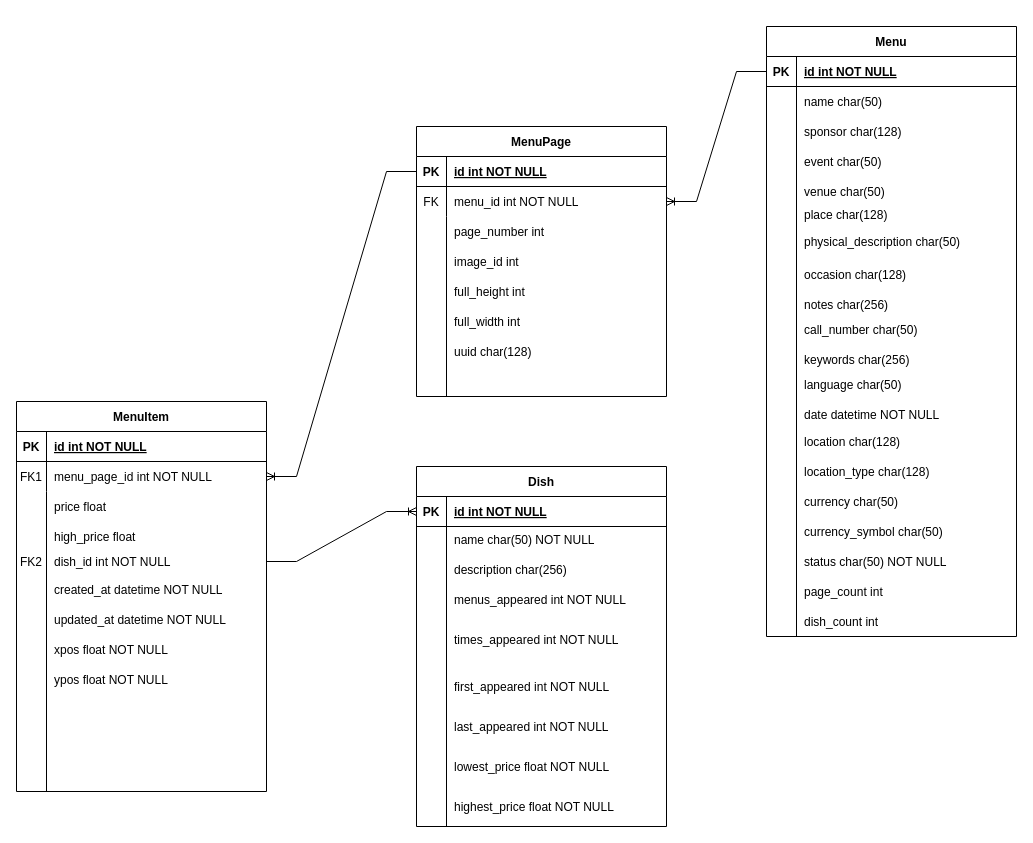
Above: nyc_menu_er.drawio in kaipak/draw.io (draw.io), before the change. Source tidied: cells renumbered, new cells numbered last; positions are measured from the earlier drawing's top-left corner, leaving out a move shared by most shapes. Both pictures are drawn from the tidied source at 100%, with x=0, y=0 at pixel (16, 26).
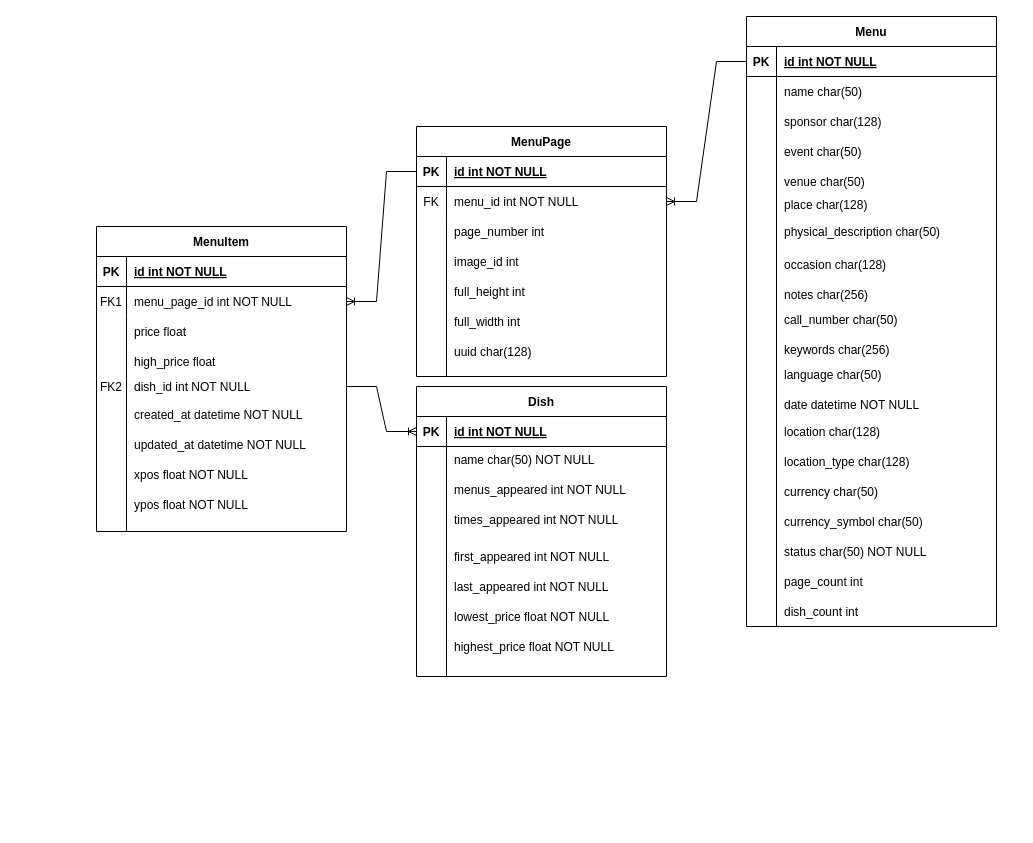
The same diagram, later.

The edit, as a diff of the source:
```diff
@@
     <mxCell id="2" value="Dish" style="shape=table;startSize=30;childLayout=tableLayout;rowLines=0;fontStyle=1;align=center;" parent="1" vertex="1">
-      <mxGeometry x="400" y="440" width="250" height="360" as="geometry" />
+      <mxGeometry x="400" y="360" width="250" height="290" as="geometry" />
     </mxCell>
@@
     <mxCell id="6" style="shape=partialRectangle;fillColor=none;top=0;left=0;right=0;bottom=0;" parent="2" vertex="1">
-      <mxGeometry y="60" width="250" height="300" as="geometry" />
+      <mxGeometry y="60" width="250" height="230" as="geometry" />
     </mxCell>
     <mxCell id="7" style="shape=partialRectangle;overflow=hidden;fillColor=none;top=0;left=0;bottom=0;right=0;" parent="6" vertex="1">
-      <mxGeometry width="30" height="300" as="geometry" />
+      <mxGeometry width="30" height="230" as="geometry" />
     </mxCell>
     <mxCell id="8" style="shape=partialRectangle;overflow=hidden;fillColor=none;top=0;left=0;bottom=0;right=0;align=left;spacingLeft=6;" parent="6" vertex="1">
-      <mxGeometry x="30" width="220" height="300" as="geometry" />
+      <mxGeometry x="30" width="220" height="230" as="geometry" />
     </mxCell>
     <mxCell id="9" value="menus_appeared int NOT NULL&#10;" style="shape=partialRectangle;overflow=hidden;fillColor=none;top=0;left=0;bottom=0;right=0;align=left;spacingLeft=6;" parent="1" vertex="1">
-      <mxGeometry x="430" y="565" width="220" height="30" as="geometry" />
+      <mxGeometry x="430" y="455" width="220" height="30" as="geometry" />
     </mxCell>
     <mxCell id="10" value="name char(50) NOT NULL&#10;" style="shape=partialRectangle;overflow=hidden;fillColor=none;top=0;left=0;bottom=0;right=0;align=left;spacingLeft=6;" parent="1" vertex="1">
-      <mxGeometry x="430" y="505" width="220" height="30" as="geometry" />
+      <mxGeometry x="430" y="425" width="220" height="30" as="geometry" />
     </mxCell>
-    <mxCell id="11" value="description char(256) &#10;" style="shape=partialRectangle;overflow=hidden;fillColor=none;top=0;left=0;bottom=0;right=0;align=left;spacingLeft=6;" parent="1" vertex="1">
-      <mxGeometry x="430" y="535" width="220" height="30" as="geometry" />
-    </mxCell>
     <mxCell id="12" value="first_appeared int NOT NULL" style="shape=partialRectangle;overflow=hidden;fillColor=none;top=0;left=0;bottom=0;right=0;align=left;spacingLeft=6;" parent="1" vertex="1">
-      <mxGeometry x="430" y="645" width="220" height="30" as="geometry" />
+      <mxGeometry x="430" y="515" width="220" height="30" as="geometry" />
     </mxCell>
     <mxCell id="13" value="times_appeared int NOT NULL&#10;" style="shape=partialRectangle;overflow=hidden;fillColor=none;top=0;left=0;bottom=0;right=0;align=left;spacingLeft=6;" parent="1" vertex="1">
-      <mxGeometry x="430" y="605" width="220" height="30" as="geometry" />
+      <mxGeometry x="430" y="485" width="220" height="30" as="geometry" />
     </mxCell>
     <mxCell id="14" value="last_appeared int NOT NULL" style="shape=partialRectangle;overflow=hidden;fillColor=none;top=0;left=0;bottom=0;right=0;align=left;spacingLeft=6;" parent="1" vertex="1">
-      <mxGeometry x="430" y="685" width="220" height="30" as="geometry" />
+      <mxGeometry x="430" y="545" width="220" height="30" as="geometry" />
     </mxCell>
     <mxCell id="15" value="lowest_price float NOT NULL" style="shape=partialRectangle;overflow=hidden;fillColor=none;top=0;left=0;bottom=0;right=0;align=left;spacingLeft=6;" parent="1" vertex="1">
-      <mxGeometry x="430" y="725" width="220" height="30" as="geometry" />
+      <mxGeometry x="430" y="575" width="220" height="30" as="geometry" />
     </mxCell>
     <mxCell id="16" value="highest_price float NOT NULL" style="shape=partialRectangle;overflow=hidden;fillColor=none;top=0;left=0;bottom=0;right=0;align=left;spacingLeft=6;" parent="1" vertex="1">
-      <mxGeometry x="430" y="765" width="220" height="30" as="geometry" />
+      <mxGeometry x="430" y="605" width="220" height="30" as="geometry" />
     </mxCell>
     <mxCell id="17" value="MenuItem" style="shape=table;startSize=30;childLayout=tableLayout;rowLines=0;fontStyle=1;align=center;" parent="1" vertex="1">
-      <mxGeometry y="375" width="250" height="390" as="geometry" />
+      <mxGeometry x="80" y="200" width="250" height="305" as="geometry" />
     </mxCell>
@@
     <mxCell id="24" style="shape=partialRectangle;fillColor=none;top=0;left=0;right=0;bottom=0;" parent="17" vertex="1">
-      <mxGeometry y="90" width="250" height="300" as="geometry" />
+      <mxGeometry y="90" width="250" height="215" as="geometry" />
     </mxCell>
     <mxCell id="25" style="shape=partialRectangle;overflow=hidden;fillColor=none;top=0;left=0;bottom=0;right=0;" parent="24" vertex="1">
-      <mxGeometry width="30" height="300" as="geometry" />
+      <mxGeometry width="30" height="215" as="geometry" />
     </mxCell>
     <mxCell id="26" style="shape=partialRectangle;overflow=hidden;fillColor=none;top=0;left=0;bottom=0;right=0;align=left;spacingLeft=6;" parent="24" vertex="1">
-      <mxGeometry x="30" width="220" height="300" as="geometry" />
+      <mxGeometry x="30" width="220" height="215" as="geometry" />
     </mxCell>
     <mxCell id="27" value="price float" style="shape=partialRectangle;overflow=hidden;fillColor=none;top=0;left=0;bottom=0;right=0;align=left;spacingLeft=6;" parent="1" vertex="1">
-      <mxGeometry x="30" y="465" width="220" height="30" as="geometry" />
+      <mxGeometry x="110" y="290" width="220" height="30" as="geometry" />
     </mxCell>
     <mxCell id="28" value="high_price float" style="shape=partialRectangle;overflow=hidden;fillColor=none;top=0;left=0;bottom=0;right=0;align=left;spacingLeft=6;" parent="1" vertex="1">
-      <mxGeometry x="30" y="495" width="220" height="30" as="geometry" />
+      <mxGeometry x="110" y="320" width="220" height="30" as="geometry" />
     </mxCell>
     <mxCell id="29" value="created_at datetime NOT NULL&#10;" style="shape=partialRectangle;overflow=hidden;fillColor=none;top=0;left=0;bottom=0;right=0;align=left;spacingLeft=6;" parent="1" vertex="1">
-      <mxGeometry x="30" y="555" width="220" height="30" as="geometry" />
+      <mxGeometry x="110" y="380" width="220" height="30" as="geometry" />
     </mxCell>
     <mxCell id="30" value="updated_at datetime NOT NULL&#10;" style="shape=partialRectangle;overflow=hidden;fillColor=none;top=0;left=0;bottom=0;right=0;align=left;spacingLeft=6;" parent="1" vertex="1">
-      <mxGeometry x="30" y="585" width="220" height="30" as="geometry" />
+      <mxGeometry x="110" y="410" width="220" height="30" as="geometry" />
     </mxCell>
     <mxCell id="31" value="xpos float NOT NULL&#10;" style="shape=partialRectangle;overflow=hidden;fillColor=none;top=0;left=0;bottom=0;right=0;align=left;spacingLeft=6;" parent="1" vertex="1">
-      <mxGeometry x="30" y="615" width="220" height="30" as="geometry" />
+      <mxGeometry x="110" y="440" width="220" height="30" as="geometry" />
     </mxCell>
     <mxCell id="32" value="ypos float NOT NULL&#10;" style="shape=partialRectangle;overflow=hidden;fillColor=none;top=0;left=0;bottom=0;right=0;align=left;spacingLeft=6;" parent="1" vertex="1">
-      <mxGeometry x="30" y="645" width="220" height="30" as="geometry" />
+      <mxGeometry x="110" y="470" width="220" height="30" as="geometry" />
     </mxCell>
     <mxCell id="33" value="Menu" style="shape=table;startSize=30;childLayout=tableLayout;rowLines=0;fontStyle=1;align=center;" parent="1" vertex="1">
-      <mxGeometry x="750" width="250" height="610" as="geometry" />
+      <mxGeometry x="730" y="-10" width="250" height="610" as="geometry" />
     </mxCell>
@@
     <mxCell id="40" value="name char(50)" style="shape=partialRectangle;overflow=hidden;fillColor=none;top=0;left=0;bottom=0;right=0;align=left;spacingLeft=6;" parent="1" vertex="1">
-      <mxGeometry x="780" y="60" width="220" height="30" as="geometry" />
+      <mxGeometry x="760" y="50" width="220" height="30" as="geometry" />
     </mxCell>
     <mxCell id="41" value="sponsor char(128)" style="shape=partialRectangle;overflow=hidden;fillColor=none;top=0;left=0;bottom=0;right=0;align=left;spacingLeft=6;" parent="1" vertex="1">
-      <mxGeometry x="780" y="90" width="220" height="30" as="geometry" />
+      <mxGeometry x="760" y="80" width="220" height="30" as="geometry" />
     </mxCell>
     <mxCell id="42" value="event char(50)" style="shape=partialRectangle;overflow=hidden;fillColor=none;top=0;left=0;bottom=0;right=0;align=left;spacingLeft=6;" parent="1" vertex="1">
-      <mxGeometry x="780" y="120" width="220" height="30" as="geometry" />
+      <mxGeometry x="760" y="110" width="220" height="30" as="geometry" />
     </mxCell>
     <mxCell id="43" value="venue char(50)" style="shape=partialRectangle;overflow=hidden;fillColor=none;top=0;left=0;bottom=0;right=0;align=left;spacingLeft=6;" parent="1" vertex="1">
-      <mxGeometry x="780" y="150" width="220" height="30" as="geometry" />
+      <mxGeometry x="760" y="140" width="220" height="30" as="geometry" />
     </mxCell>
     <mxCell id="44" value="place char(128)&#10;" style="shape=partialRectangle;overflow=hidden;fillColor=none;top=0;left=0;bottom=0;right=0;align=left;spacingLeft=6;" parent="1" vertex="1">
-      <mxGeometry x="780" y="180" width="220" height="30" as="geometry" />
+      <mxGeometry x="760" y="170" width="220" height="30" as="geometry" />
     </mxCell>
     <mxCell id="45" value="physical_description char(50)" style="shape=partialRectangle;overflow=hidden;fillColor=none;top=0;left=0;bottom=0;right=0;align=left;spacingLeft=6;" parent="1" vertex="1">
-      <mxGeometry x="780" y="200" width="220" height="30" as="geometry" />
+      <mxGeometry x="760" y="190" width="220" height="30" as="geometry" />
     </mxCell>
     <mxCell id="46" value="occasion char(128)&#10;" style="shape=partialRectangle;overflow=hidden;fillColor=none;top=0;left=0;bottom=0;right=0;align=left;spacingLeft=6;" parent="1" vertex="1">
-      <mxGeometry x="780" y="240" width="220" height="30" as="geometry" />
+      <mxGeometry x="760" y="230" width="220" height="30" as="geometry" />
     </mxCell>
     <mxCell id="47" value="notes char(256)&#10;" style="shape=partialRectangle;overflow=hidden;fillColor=none;top=0;left=0;bottom=0;right=0;align=left;spacingLeft=6;" parent="1" vertex="1">
-      <mxGeometry x="780" y="270" width="220" height="30" as="geometry" />
+      <mxGeometry x="760" y="260" width="220" height="30" as="geometry" />
     </mxCell>
     <mxCell id="48" value="call_number char(50)&#10;" style="shape=partialRectangle;overflow=hidden;fillColor=none;top=0;left=0;bottom=0;right=0;align=left;spacingLeft=6;" parent="1" vertex="1">
-      <mxGeometry x="780" y="295" width="220" height="30" as="geometry" />
+      <mxGeometry x="760" y="285" width="220" height="30" as="geometry" />
     </mxCell>
     <mxCell id="49" value="keywords char(256)&#10;" style="shape=partialRectangle;overflow=hidden;fillColor=none;top=0;left=0;bottom=0;right=0;align=left;spacingLeft=6;" parent="1" vertex="1">
-      <mxGeometry x="780" y="325" width="220" height="30" as="geometry" />
+      <mxGeometry x="760" y="315" width="220" height="30" as="geometry" />
     </mxCell>
     <mxCell id="50" value="language char(50)&#10;" style="shape=partialRectangle;overflow=hidden;fillColor=none;top=0;left=0;bottom=0;right=0;align=left;spacingLeft=6;" parent="1" vertex="1">
-      <mxGeometry x="780" y="350" width="220" height="30" as="geometry" />
+      <mxGeometry x="760" y="340" width="220" height="30" as="geometry" />
     </mxCell>
     <mxCell id="51" value="date datetime NOT NULL&#10;" style="shape=partialRectangle;overflow=hidden;fillColor=none;top=0;left=0;bottom=0;right=0;align=left;spacingLeft=6;" parent="1" vertex="1">
-      <mxGeometry x="780" y="380" width="220" height="30" as="geometry" />
+      <mxGeometry x="760" y="370" width="220" height="30" as="geometry" />
     </mxCell>
     <mxCell id="52" value="location char(128)" style="shape=partialRectangle;overflow=hidden;fillColor=none;top=0;left=0;bottom=0;right=0;align=left;spacingLeft=6;" parent="1" vertex="1">
-      <mxGeometry x="780" y="400" width="220" height="30" as="geometry" />
+      <mxGeometry x="760" y="390" width="220" height="30" as="geometry" />
     </mxCell>
     <mxCell id="53" value="location_type char(128)" style="shape=partialRectangle;overflow=hidden;fillColor=none;top=0;left=0;bottom=0;right=0;align=left;spacingLeft=6;" parent="1" vertex="1">
-      <mxGeometry x="780" y="430" width="220" height="30" as="geometry" />
+      <mxGeometry x="760" y="420" width="220" height="30" as="geometry" />
     </mxCell>
     <mxCell id="54" value="currency char(50)" style="shape=partialRectangle;overflow=hidden;fillColor=none;top=0;left=0;bottom=0;right=0;align=left;spacingLeft=6;" parent="1" vertex="1">
-      <mxGeometry x="780" y="460" width="220" height="30" as="geometry" />
+      <mxGeometry x="760" y="450" width="220" height="30" as="geometry" />
     </mxCell>
     <mxCell id="55" value="currency_symbol char(50)" style="shape=partialRectangle;overflow=hidden;fillColor=none;top=0;left=0;bottom=0;right=0;align=left;spacingLeft=6;" parent="1" vertex="1">
-      <mxGeometry x="780" y="490" width="220" height="30" as="geometry" />
+      <mxGeometry x="760" y="480" width="220" height="30" as="geometry" />
     </mxCell>
     <mxCell id="56" value="status char(50) NOT NULL" style="shape=partialRectangle;overflow=hidden;fillColor=none;top=0;left=0;bottom=0;right=0;align=left;spacingLeft=6;" parent="1" vertex="1">
-      <mxGeometry x="780" y="520" width="220" height="30" as="geometry" />
+      <mxGeometry x="760" y="510" width="220" height="30" as="geometry" />
     </mxCell>
     <mxCell id="57" value="page_count int" style="shape=partialRectangle;overflow=hidden;fillColor=none;top=0;left=0;bottom=0;right=0;align=left;spacingLeft=6;" parent="1" vertex="1">
-      <mxGeometry x="780" y="550" width="220" height="30" as="geometry" />
+      <mxGeometry x="760" y="540" width="220" height="30" as="geometry" />
     </mxCell>
     <mxCell id="58" value="dish_count int" style="shape=partialRectangle;overflow=hidden;fillColor=none;top=0;left=0;bottom=0;right=0;align=left;spacingLeft=6;" parent="1" vertex="1">
-      <mxGeometry x="780" y="580" width="220" height="30" as="geometry" />
+      <mxGeometry x="760" y="570" width="220" height="30" as="geometry" />
     </mxCell>
     <mxCell id="59" value="MenuPage" style="shape=table;startSize=30;childLayout=tableLayout;rowLines=0;fontStyle=1;align=center;" parent="1" vertex="1">
-      <mxGeometry x="400" y="100" width="250" height="270" as="geometry" />
+      <mxGeometry x="400" y="100" width="250" height="250" as="geometry" />
     </mxCell>
@@
     <mxCell id="66" style="shape=partialRectangle;fillColor=none;top=0;left=0;right=0;bottom=0;" parent="59" vertex="1">
-      <mxGeometry y="90" width="250" height="180" as="geometry" />
+      <mxGeometry y="90" width="250" height="160" as="geometry" />
     </mxCell>
     <mxCell id="67" style="shape=partialRectangle;overflow=hidden;fillColor=none;top=0;left=0;bottom=0;right=0;" parent="66" vertex="1">
-      <mxGeometry width="30" height="180" as="geometry" />
+      <mxGeometry width="30" height="160" as="geometry" />
     </mxCell>
     <mxCell id="68" style="shape=partialRectangle;overflow=hidden;fillColor=none;top=0;left=0;bottom=0;right=0;align=left;spacingLeft=6;" parent="66" vertex="1">
-      <mxGeometry x="30" width="220" height="180" as="geometry" />
+      <mxGeometry x="30" width="220" height="160" as="geometry" />
     </mxCell>
@@
     <mxCell id="76" style="shape=table;startSize=0;childLayout=tableLayout;rowLines=0;fontStyle=0;align=center;strokeColor=none;fillColor=none;" parent="1" vertex="1">
-      <mxGeometry y="520" width="250" height="30" as="geometry" />
+      <mxGeometry x="80" y="345" width="250" height="30" as="geometry" />
     </mxCell>
```
